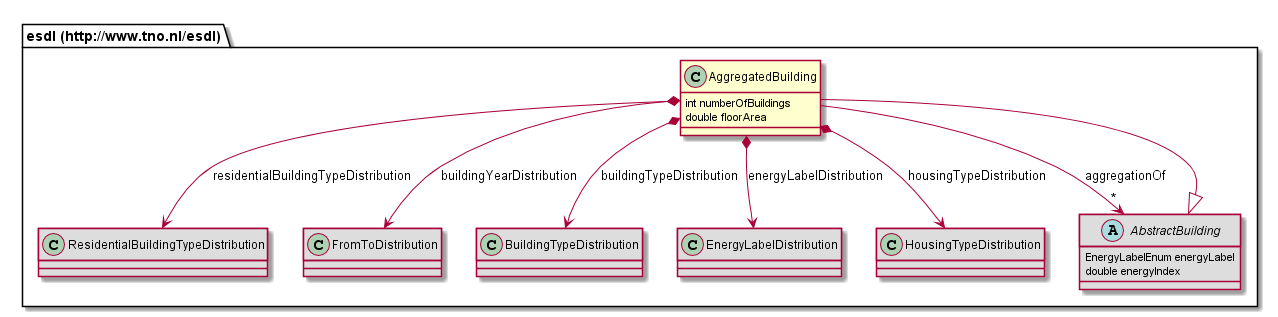
Before: 687474703a2f2f7777772e746e6f2e6e6c2f6573646c/AggregatedBuilding.png, a diagram exported from PlantUML (EnergyTransition/energytransition.github.io).
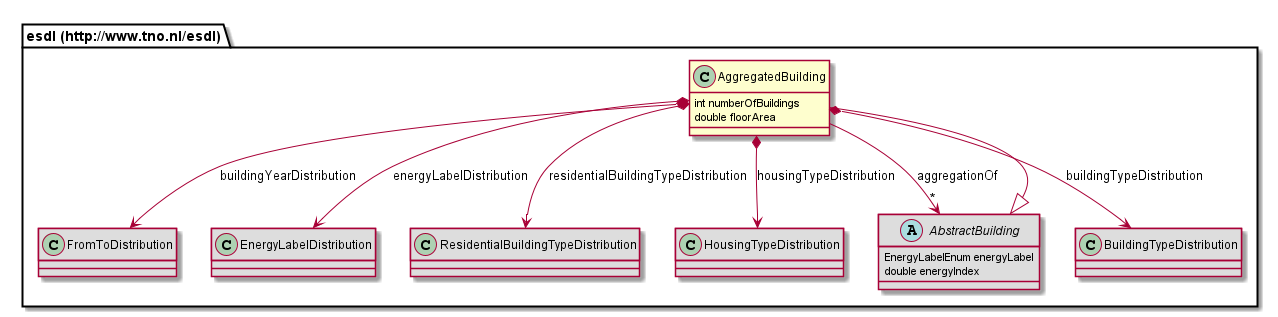
Above is the later version.

The edit, as a diff of the source:
```diff
@@ -3,19 +3,19 @@
 	int numberOfBuildings
 	double floorArea
 }
-class "esdl (http://www.tno.nl/esdl).ResidentialBuildingTypeDistribution" [[#router/doc-content/687474703a2f2f7777772e746e6f2e6e6c2f6573646c/ResidentialBuildingTypeDistribution.html{Specifies the way the residential building type is distributed in this area (e.g. Vrijstaande Woning, Hoekwoning, Flatwoning), specifing the percentage of buildings per residential type.}]] #DDDDDD {
-}
 class "esdl (http://www.tno.nl/esdl).FromToDistribution" [[#router/doc-content/687474703a2f2f7777772e746e6f2e6e6c2f6573646c/FromToDistribution.html{Defines a distribution in terms of ?from? and ?to?}]] #DDDDDD {
 }
-class "esdl (http://www.tno.nl/esdl).BuildingTypeDistribution" [[#router/doc-content/687474703a2f2f7777772e746e6f2e6e6c2f6573646c/BuildingTypeDistribution.html{Specifies the way the building type is distributed in this area (e.g. Utility, Residential), specifing the percentage of buildings per type.}]] #DDDDDD {
+class "esdl (http://www.tno.nl/esdl).EnergyLabelDistribution" [[#router/doc-content/687474703a2f2f7777772e746e6f2e6e6c2f6573646c/EnergyLabelDistribution.html{Defines a distribution in terms of energy labels}]] #DDDDDD {
 }
-class "esdl (http://www.tno.nl/esdl).EnergyLabelDistribution" [[#router/doc-content/687474703a2f2f7777772e746e6f2e6e6c2f6573646c/EnergyLabelDistribution.html{Defines a distribution in terms of energy labels}]] #DDDDDD {
+class "esdl (http://www.tno.nl/esdl).ResidentialBuildingTypeDistribution" [[#router/doc-content/687474703a2f2f7777772e746e6f2e6e6c2f6573646c/ResidentialBuildingTypeDistribution.html{Specifies the way the residential building type is distributed in this area (e.g. Vrijstaande Woning, Hoekwoning, Flatwoning), specifing the percentage of buildings per residential type.}]] #DDDDDD {
 }
 class "esdl (http://www.tno.nl/esdl).HousingTypeDistribution" [[#router/doc-content/687474703a2f2f7777772e746e6f2e6e6c2f6573646c/HousingTypeDistribution.html{Specifies the way the housing type is distributed in this area (e.g. Owner occupied, Housing Association, Private Rental), specifing the percentage of buildings per housing type.}]] #DDDDDD {
 }
 abstract class "esdl (http://www.tno.nl/esdl).AbstractBuilding" [[#router/doc-content/687474703a2f2f7777772e746e6f2e6e6c2f6573646c/AbstractBuilding.html{Describes the shared properties of building, building unit and aggregated building}]] #DDDDDD {
 	EnergyLabelEnum energyLabel
 	double energyIndex
+}
+class "esdl (http://www.tno.nl/esdl).BuildingTypeDistribution" [[#router/doc-content/687474703a2f2f7777772e746e6f2e6e6c2f6573646c/BuildingTypeDistribution.html{Specifies the way the building type is distributed in this area (e.g. Utility, Residential), specifing the percentage of buildings per type.}]] #DDDDDD {
 }
 "esdl (http://www.tno.nl/esdl).AbstractBuilding" <|-- "esdl (http://www.tno.nl/esdl).AggregatedBuilding"
 "esdl (http://www.tno.nl/esdl).AggregatedBuilding" --> "*" "esdl (http://www.tno.nl/esdl).AbstractBuilding" : aggregationOf
```
